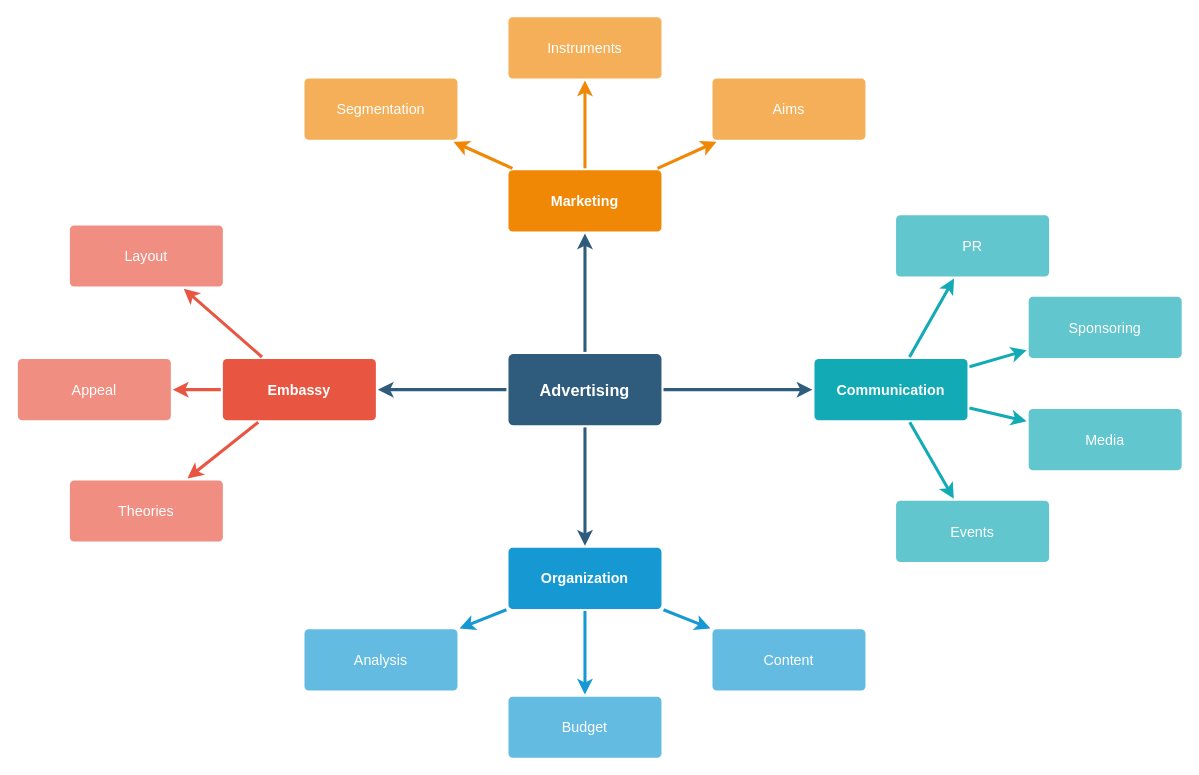
Above: Untitled Diagram.drawio in Antonin-lhp5/Projet-Pro (draw.io), before the change. Source tidied: cells renumbered, new cells numbered last; positions are measured from the earlier drawing's top-left corner, leaving out a move shared by most shapes. Both pictures are drawn from the tidied source at 102%, with x=0, y=0 at pixel (17, 16).
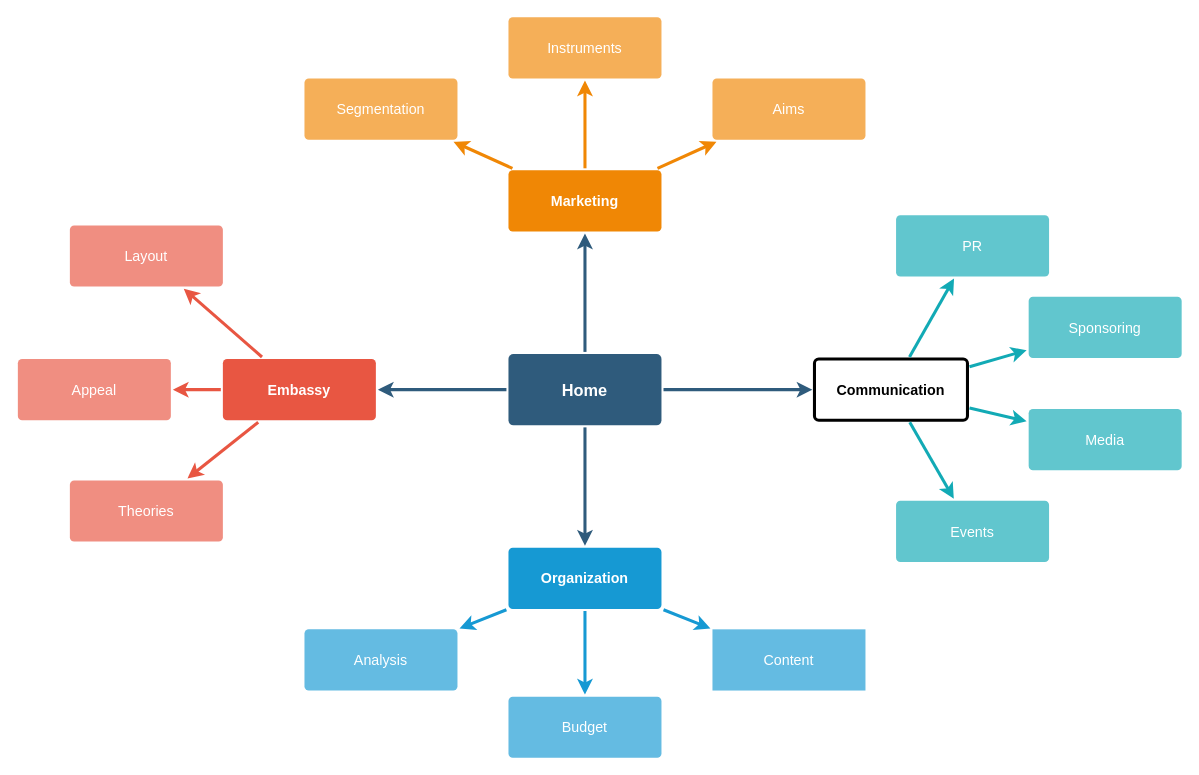
The same diagram, later.

What changed in the source:
```diff
@@
-    <mxCell id="6" value="Advertising" style="rounded=1;whiteSpace=wrap;html=1;shadow=0;labelBackgroundColor=none;strokeColor=none;strokeWidth=3;fillColor=#2F5B7C;fontFamily=Helvetica;fontSize=16;fontColor=#FFFFFF;align=center;fontStyle=1;spacing=5;arcSize=7;perimeterSpacing=2;" parent="1" vertex="1">
+    <mxCell id="6" value="Home" style="rounded=1;whiteSpace=wrap;html=1;shadow=0;labelBackgroundColor=none;strokeColor=none;strokeWidth=3;fillColor=#2F5B7C;fontFamily=Helvetica;fontSize=16;fontColor=#FFFFFF;align=center;fontStyle=1;spacing=5;arcSize=7;perimeterSpacing=2;" parent="1" vertex="1">
       <mxGeometry x="481" y="330.5" width="150" height="70" as="geometry" />
     </mxCell>
@@
-    <mxCell id="18" value="Content" style="rounded=1;whiteSpace=wrap;html=1;shadow=0;labelBackgroundColor=none;strokeColor=none;strokeWidth=3;fillColor=#64bbe2;fontFamily=Helvetica;fontSize=14;fontColor=#FFFFFF;align=center;spacing=5;arcSize=7;perimeterSpacing=2;" parent="1" vertex="1">
+    <mxCell id="18" value="Content" style="rounded=1;whiteSpace=wrap;html=1;shadow=0;labelBackgroundColor=none;strokeColor=none;strokeWidth=3;fillColor=#64bbe2;fontFamily=Helvetica;fontSize=14;fontColor=#FFFFFF;align=center;spacing=5;arcSize=0;perimeterSpacing=2;" parent="1" vertex="1">
       <mxGeometry x="681" y="600.5" width="150" height="60" as="geometry" />
     </mxCell>
@@
-    <mxCell id="28" value="Communication" style="rounded=1;whiteSpace=wrap;html=1;shadow=0;labelBackgroundColor=none;strokeColor=none;strokeWidth=3;fillColor=#12aab5;fontFamily=Helvetica;fontSize=14;fontColor=#FFFFFF;align=center;spacing=5;fontStyle=1;arcSize=7;perimeterSpacing=2;" parent="1" vertex="1">
+    <mxCell id="28" value="Communication" style="rounded=1;whiteSpace=wrap;html=1;shadow=0;labelBackgroundColor=none;strokeWidth=3;fontFamily=Helvetica;fontSize=14;align=center;spacing=5;fontStyle=1;arcSize=7;perimeterSpacing=2;" parent="1" vertex="1">
       <mxGeometry x="781" y="335.5" width="150" height="60" as="geometry" />
     </mxCell>
```
